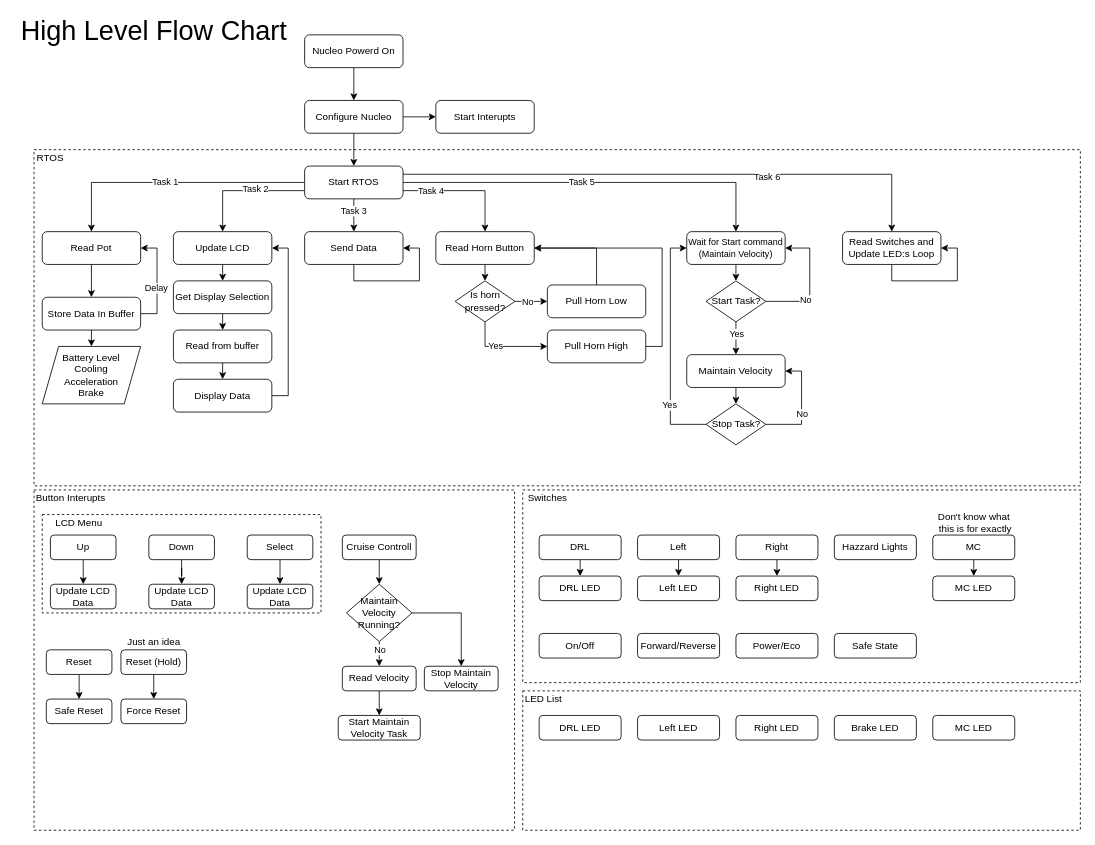
Above: page "High Level" (1 of 2) of Block diagrams/TestBenchFlowChart.drawio in Mojitas/MUST-Autonics (draw.io), before the change. Source tidied: cells renumbered, new cells numbered last; positions are measured from the earlier drawing's top-left corner, leaving out a move shared by most shapes. Both pictures are drawn from the tidied source at 82%, with x=0, y=0 at pixel (14, 18).
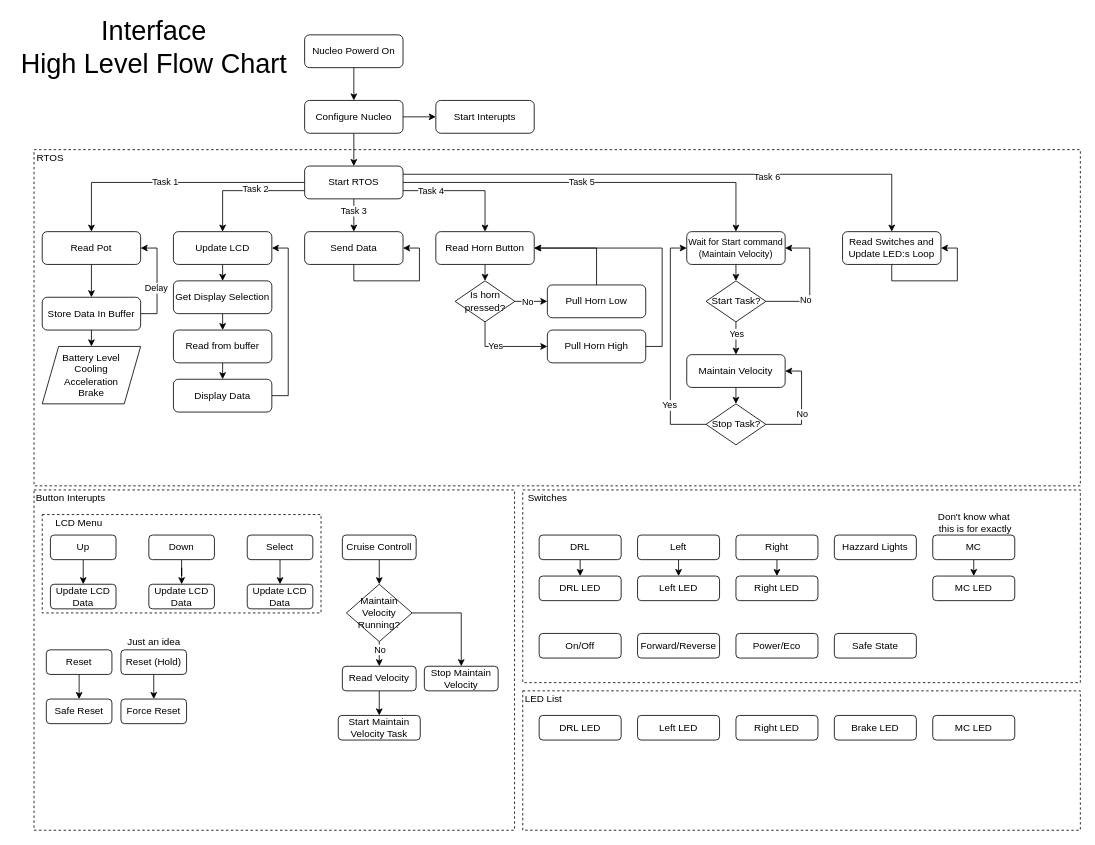
The same page after the edit.

Commit message:
Updated Block diagrams\TestBenchFlowChart.drawio

Change to the diagram source:
```diff
@@
-    <mxCell id="124" value="&lt;font style=&quot;font-size: 33px&quot;&gt;High Level Flow Chart&lt;/font&gt;" style="text;html=1;align=center;verticalAlign=middle;" parent="1" vertex="1">
-      <mxGeometry width="340" height="30" as="geometry" />
+    <mxCell id="124" value="&lt;font style=&quot;font-size: 33px&quot;&gt;Interface &lt;br&gt;High Level Flow Chart&lt;br&gt;&lt;/font&gt;" style="text;html=1;align=center;verticalAlign=middle;" parent="1" vertex="1">
+      <mxGeometry y="10" width="340" height="50" as="geometry" />
     </mxCell>
```
